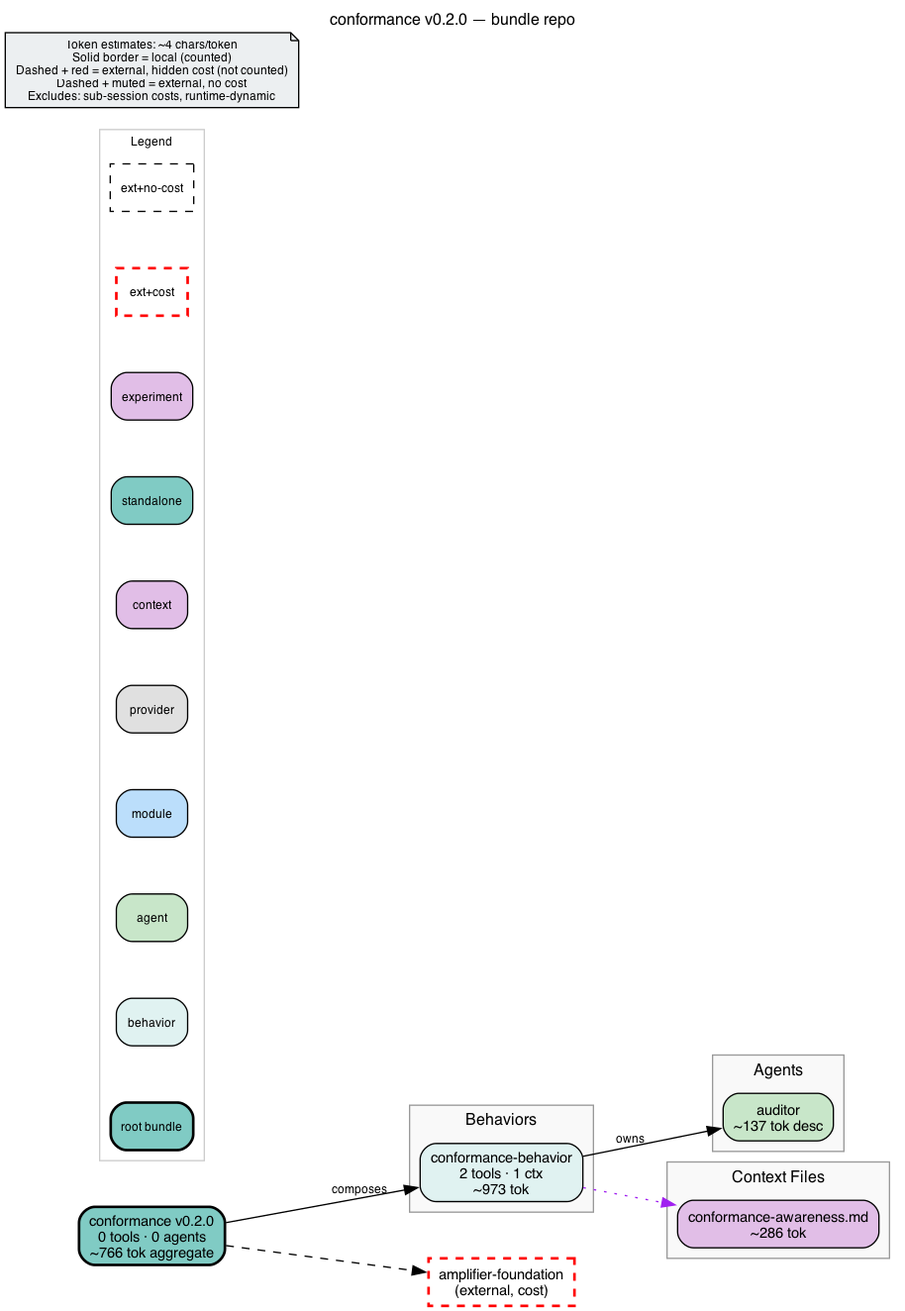
michaeljabbour/amplifier-bundle-conformance keeps this Graphviz diagram as bundle.png. Above is the earlier version. Its source is kept beside it as bundle.dot.
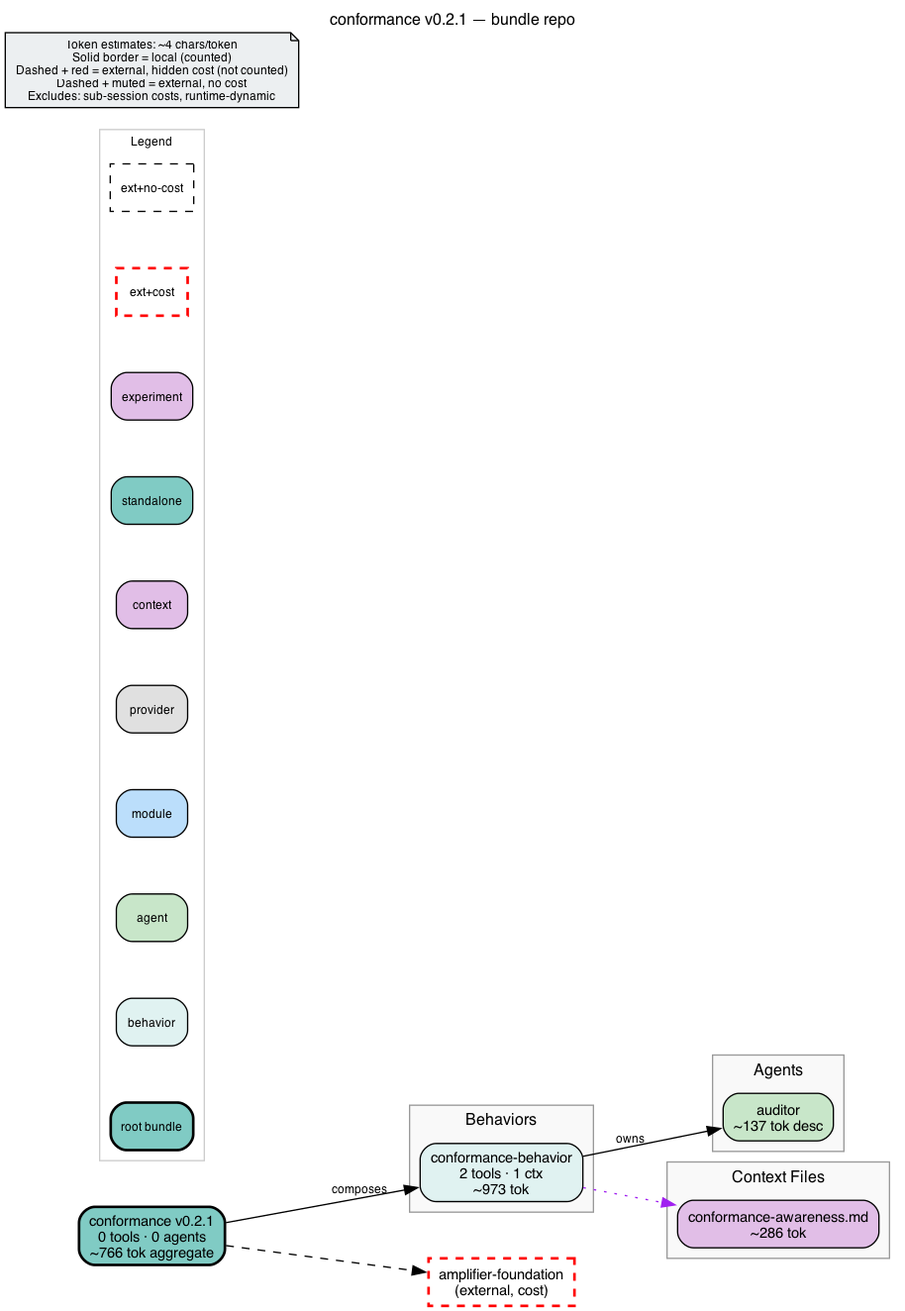
After the commit.

Diff of the diagram source:
```diff
@@ -2,18 +2,18 @@
     rankdir=LR
     fontname="Helvetica"
     fontsize=12
-    label="conformance v0.2.0 — bundle repo"
+    label="conformance v0.2.1 — bundle repo"
     labelloc=t
     labeljust=c
     nodesep=0.6
     ranksep=0.7
     bgcolor="white"
-    source_hash="894d55164e123ddc59e49bcc88c474ae6d5c4822ad04084eeaab1399905e5b2b"
+    source_hash="1d44daa34087ca47ac4092dfbcc372daa0d45fa4380cbd5e9e04912bd88f0a01"
 
     node [fontname="Helvetica", fontsize=11, style="filled,rounded"]
     edge [fontname="Helvetica", fontsize=9]
 
-    root_conformance [label="conformance v0.2.0\n0 tools · 0 agents\n~766 tok aggregate", shape=box, fillcolor="#80cbc4", style="filled,rounded,bold", penwidth=2]
+    root_conformance [label="conformance v0.2.1\n0 tools · 0 agents\n~766 tok aggregate", shape=box, fillcolor="#80cbc4", style="filled,rounded,bold", penwidth=2]
 
     subgraph cluster_behaviors {
         label="Behaviors"
```
